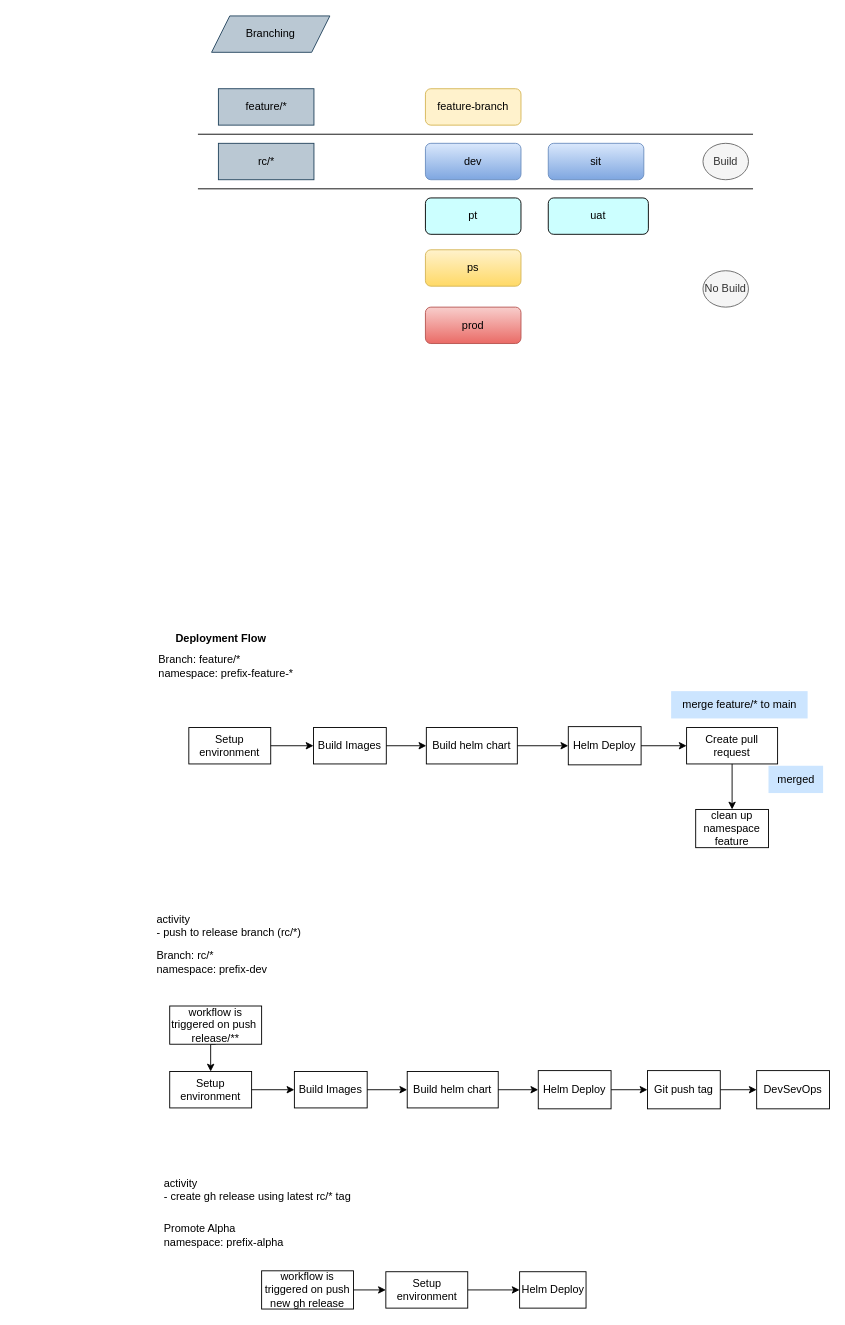
MuZikZz-Org/.github keeps this draw.io diagram as poc-github.drawio. Above is the earlier version. Source tidied: cells renumbered, new cells numbered last; positions are measured from the earlier drawing's top-left corner, leaving out a move shared by most shapes. Both pictures are drawn from the tidied source at 91%, with x=0, y=0 at pixel (155, 15).
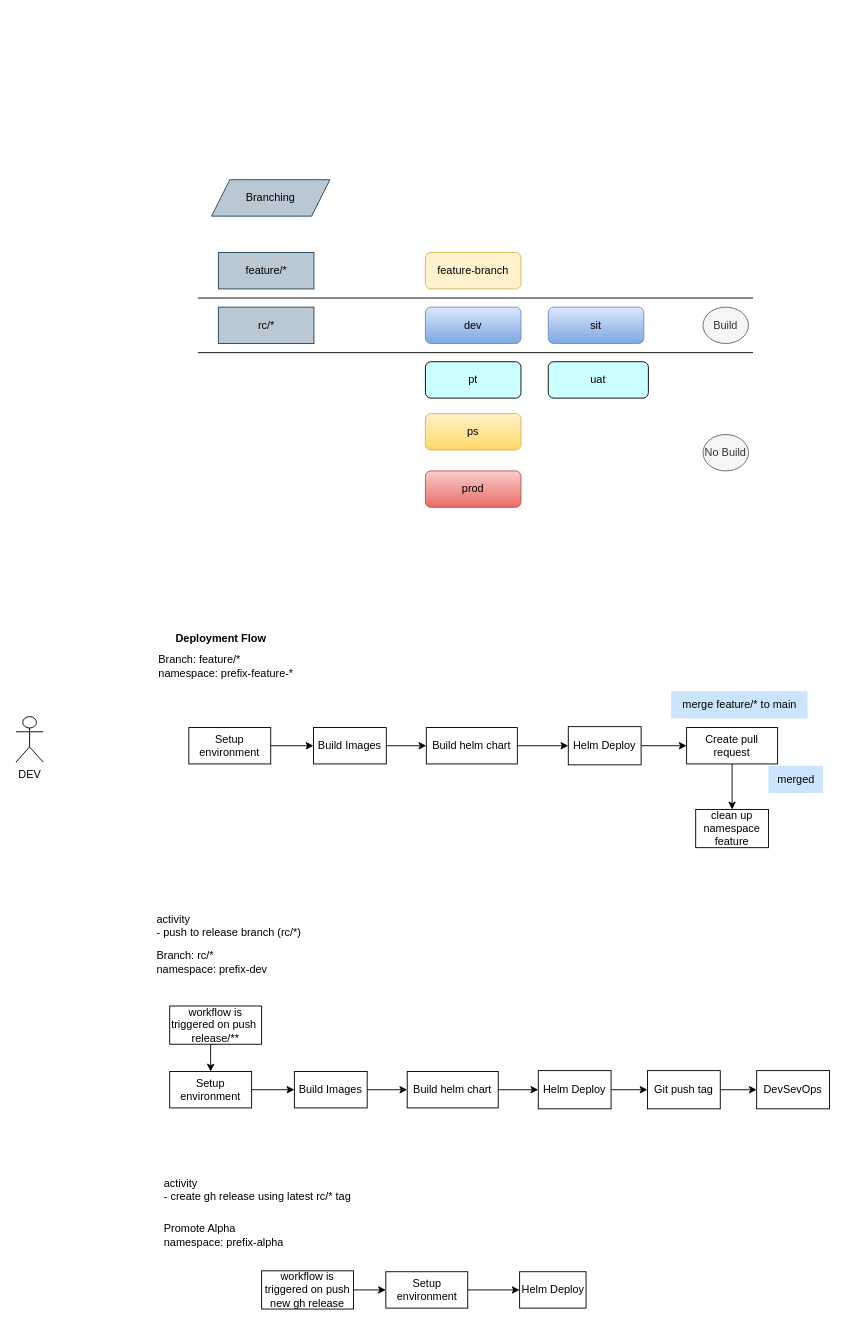
The same page after the edit.

Change to the diagram source:
```diff
@@
     <mxCell id="40" value="feature/*" style="rounded=0;whiteSpace=wrap;html=1;fontStyle=0;fillColor=#bac8d3;strokeColor=#23445d;" parent="1" vertex="1">
-      <mxGeometry x="69.5" y="80" width="105" height="40" as="geometry" />
+      <mxGeometry x="69.5" y="260" width="105" height="40" as="geometry" />
     </mxCell>
     <mxCell id="41" value="rc/*" style="rounded=0;whiteSpace=wrap;html=1;fillColor=#bac8d3;strokeColor=#23445d;" parent="1" vertex="1">
-      <mxGeometry x="69.5" y="140" width="105" height="40" as="geometry" />
+      <mxGeometry x="69.5" y="320" width="105" height="40" as="geometry" />
     </mxCell>
     <mxCell id="42" value="Branching" style="shape=parallelogram;perimeter=parallelogramPerimeter;whiteSpace=wrap;html=1;fixedSize=1;fillColor=#bac8d3;strokeColor=#23445d;" parent="1" vertex="1">
-      <mxGeometry x="62" width="130" height="40" as="geometry" />
+      <mxGeometry x="62" y="180" width="130" height="40" as="geometry" />
     </mxCell>
     <mxCell id="43" value="feature-branch" style="rounded=1;whiteSpace=wrap;html=1;fillColor=#fff2cc;fontStyle=0;fillStyle=auto;labelPadding=0;absoluteArcSize=0;glass=0;shadow=0;strokeColor=#d6b656;fontSize=12;imageWidth=24;imageHeight=24;strokeWidth=1;perimeterSpacing=0;" parent="1" vertex="1">
-      <mxGeometry x="297" y="80" width="105" height="40" as="geometry" />
+      <mxGeometry x="297" y="260" width="105" height="40" as="geometry" />
     </mxCell>
     <mxCell id="44" value="dev" style="rounded=1;whiteSpace=wrap;html=1;fillColor=#dae8fc;fontStyle=0;fillStyle=auto;labelPadding=0;absoluteArcSize=0;glass=0;shadow=0;strokeColor=#6c8ebf;gradientColor=#7ea6e0;fontSize=12;imageWidth=24;imageHeight=24;strokeWidth=1;perimeterSpacing=0;" parent="1" vertex="1">
-      <mxGeometry x="297" y="140" width="105" height="40" as="geometry" />
+      <mxGeometry x="297" y="320" width="105" height="40" as="geometry" />
     </mxCell>
     <mxCell id="45" value="pt" style="rounded=1;whiteSpace=wrap;html=1;fillColor=#CCFFFF;fontStyle=0;gradientColor=none;fillStyle=auto;labelPadding=0;absoluteArcSize=0;glass=0;shadow=0;fontSize=12;imageWidth=24;imageHeight=24;strokeWidth=1;perimeterSpacing=0;" parent="1" vertex="1">
-      <mxGeometry x="297" y="200" width="105" height="40" as="geometry" />
+      <mxGeometry x="297" y="380" width="105" height="40" as="geometry" />
     </mxCell>
     <mxCell id="46" value="ps" style="rounded=1;whiteSpace=wrap;html=1;fillColor=#fff2cc;fontStyle=0;gradientColor=#ffd966;fillStyle=auto;labelPadding=0;absoluteArcSize=0;glass=0;shadow=0;strokeColor=#d6b656;fontSize=12;imageWidth=24;imageHeight=24;strokeWidth=1;perimeterSpacing=0;" parent="1" vertex="1">
-      <mxGeometry x="297" y="257" width="105" height="40" as="geometry" />
+      <mxGeometry x="297" y="437" width="105" height="40" as="geometry" />
     </mxCell>
     <mxCell id="47" value="sit" style="rounded=1;whiteSpace=wrap;html=1;fillColor=#dae8fc;fontStyle=0;fillStyle=auto;labelPadding=0;absoluteArcSize=0;glass=0;shadow=0;strokeColor=#6c8ebf;gradientColor=#7ea6e0;fontSize=12;imageWidth=24;imageHeight=24;strokeWidth=1;perimeterSpacing=0;" parent="1" vertex="1">
-      <mxGeometry x="432" y="140" width="105" height="40" as="geometry" />
+      <mxGeometry x="432" y="320" width="105" height="40" as="geometry" />
     </mxCell>
     <mxCell id="48" value="prod" style="rounded=1;whiteSpace=wrap;html=1;fillColor=#f8cecc;fontStyle=0;gradientColor=#ea6b66;fillStyle=auto;labelPadding=0;absoluteArcSize=0;glass=0;shadow=0;strokeColor=#b85450;fontSize=12;imageWidth=24;imageHeight=24;strokeWidth=1;perimeterSpacing=0;" parent="1" vertex="1">
-      <mxGeometry x="297" y="320" width="105" height="40" as="geometry" />
+      <mxGeometry x="297" y="500" width="105" height="40" as="geometry" />
     </mxCell>
     <mxCell id="49" value="uat" style="rounded=1;whiteSpace=wrap;html=1;fillColor=#CCFFFF;fontStyle=0;gradientColor=none;fillStyle=auto;labelPadding=0;absoluteArcSize=0;glass=0;shadow=0;fontSize=12;imageWidth=24;imageHeight=24;strokeWidth=1;perimeterSpacing=0;" parent="1" vertex="1">
-      <mxGeometry x="432" y="200" width="110" height="40" as="geometry" />
+      <mxGeometry x="432" y="380" width="110" height="40" as="geometry" />
     </mxCell>
     <mxCell id="50" style="endArrow=none;html=1;rounded=0;" parent="1" edge="1">
       <mxGeometry relative="1" as="geometry">
-        <mxPoint x="47" y="130" as="sourcePoint" />
-        <mxPoint x="657" y="130" as="targetPoint" />
+        <mxPoint x="47" y="310" as="sourcePoint" />
+        <mxPoint x="657" y="310" as="targetPoint" />
       </mxGeometry>
     </mxCell>
     <mxCell id="51" style="endArrow=none;html=1;rounded=0;" parent="1" edge="1">
       <mxGeometry relative="1" as="geometry">
-        <mxPoint x="47" y="190" as="sourcePoint" />
-        <mxPoint x="657" y="190" as="targetPoint" />
+        <mxPoint x="47" y="370" as="sourcePoint" />
+        <mxPoint x="657" y="370" as="targetPoint" />
       </mxGeometry>
     </mxCell>
     <mxCell id="52" value="Build" style="ellipse;whiteSpace=wrap;html=1;fillColor=#f5f5f5;fontColor=#333333;strokeColor=#666666;" parent="1" vertex="1">
-      <mxGeometry x="602" y="140" width="50" height="40" as="geometry" />
+      <mxGeometry x="602" y="320" width="50" height="40" as="geometry" />
     </mxCell>
     <mxCell id="53" value="No Build" style="ellipse;whiteSpace=wrap;html=1;fillColor=#f5f5f5;fontColor=#333333;strokeColor=#666666;" parent="1" vertex="1">
-      <mxGeometry x="602" y="280" width="50" height="40" as="geometry" />
+      <mxGeometry x="602" y="460" width="50" height="40" as="geometry" />
     </mxCell>
+    <mxCell id="54" value="DEV" style="shape=umlActor;verticalLabelPosition=bottom;verticalAlign=top;html=1;" parent="1" vertex="1">
+      <mxGeometry x="-153" y="770" width="30" height="50" as="geometry" />
+    </mxCell>
```
